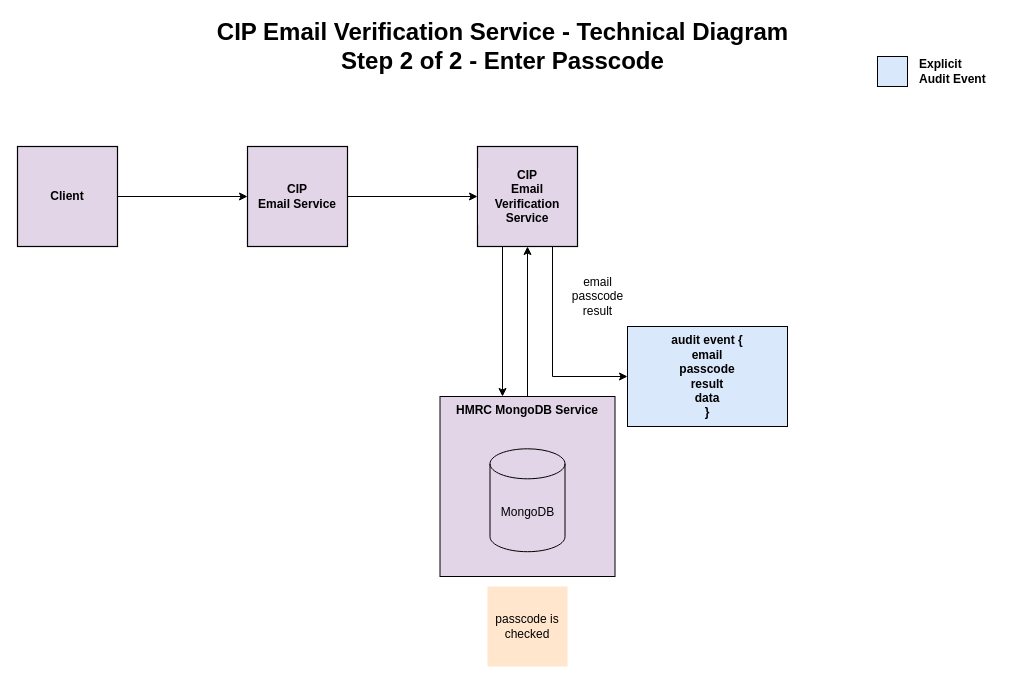
The draw.io diagram diagrams/email_audit_verification_step_2.drawio in hmrc/cip-email, before the edit. Source tidied: cells renumbered, new cells numbered last; positions are measured from the earlier drawing's top-left corner, leaving out a move shared by most shapes. Both pictures are drawn from the tidied source at 100%, with x=0, y=0 at pixel (17, 26).
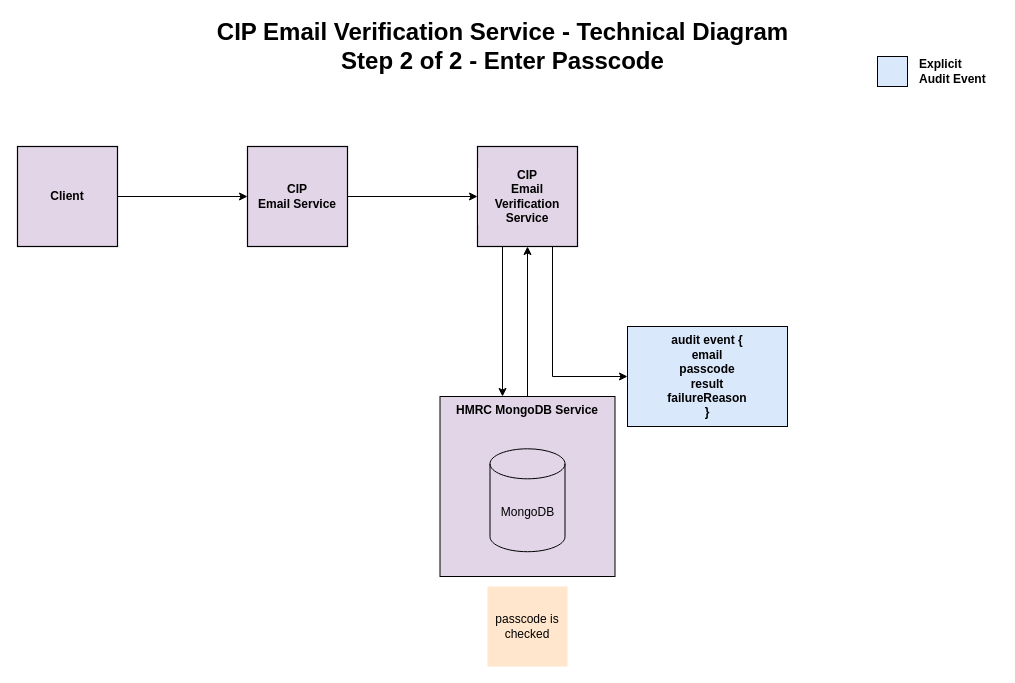
Above is the later version.

Commit message (it also covers changes not shown here):
Updated audit diagrams

Change to the diagram source:
```diff
@@
-    <mxCell id="9" value="email&lt;br&gt;passcode&lt;br&gt;result" style="text;html=1;align=center;verticalAlign=middle;strokeColor=none;fillColor=none;" parent="1" vertex="1">
-      <mxGeometry x="545" y="240" width="70" height="60" as="geometry" />
-    </mxCell>
-    <mxCell id="10" value="&lt;span style=&quot;&quot;&gt;audit event {&lt;/span&gt;&lt;br style=&quot;&quot;&gt;&lt;span style=&quot;&quot;&gt;&#9;&lt;/span&gt;&lt;span style=&quot;&quot;&gt;email&lt;/span&gt;&lt;br style=&quot;&quot;&gt;&lt;span style=&quot;&quot;&gt;passcode&lt;br&gt;&lt;/span&gt;result&lt;br style=&quot;&quot;&gt;&lt;span style=&quot;&quot;&gt;data&lt;/span&gt;&lt;br style=&quot;&quot;&gt;&lt;span style=&quot;&quot;&gt;}&lt;/span&gt;" style="rounded=0;whiteSpace=wrap;html=1;labelBackgroundColor=#DAE8FC;strokeColor=#000000;fillColor=#DAE8FC;fontStyle=1;" parent="1" vertex="1">
+    <mxCell id="10" value="&lt;span style=&quot;&quot;&gt;audit event {&lt;/span&gt;&lt;br style=&quot;&quot;&gt;&lt;span style=&quot;&quot;&gt;&#9;&lt;/span&gt;&lt;span style=&quot;&quot;&gt;email&lt;/span&gt;&lt;br style=&quot;&quot;&gt;&lt;span style=&quot;&quot;&gt;passcode&lt;br&gt;&lt;/span&gt;result&lt;br style=&quot;&quot;&gt;&lt;span style=&quot;&quot;&gt;failureReason&lt;/span&gt;&lt;br style=&quot;&quot;&gt;&lt;span style=&quot;&quot;&gt;}&lt;/span&gt;" style="rounded=0;whiteSpace=wrap;html=1;labelBackgroundColor=#DAE8FC;strokeColor=#000000;fillColor=#DAE8FC;fontStyle=1;" parent="1" vertex="1">
       <mxGeometry x="610" y="300" width="160" height="100" as="geometry" />
     </mxCell>
```
